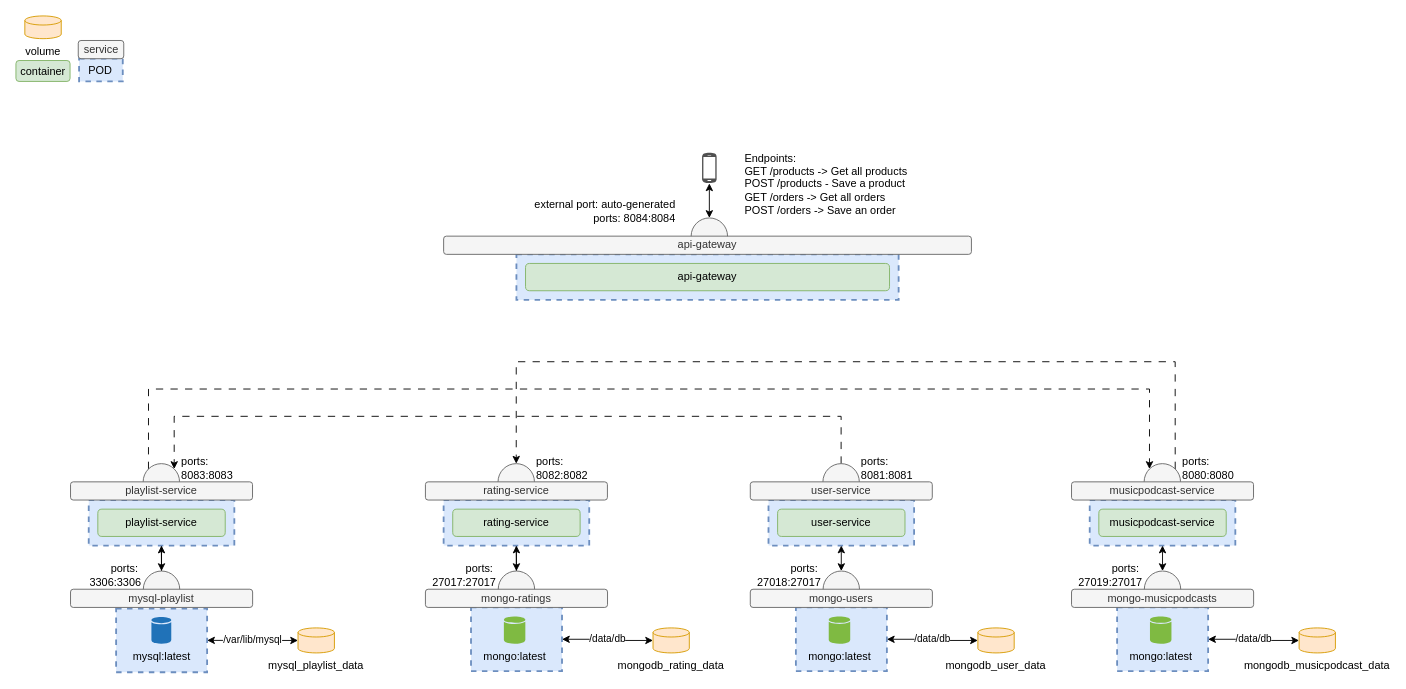
EvaBurghoorn/ProjectEDE_muziekservice keeps this draw.io diagram as muziekservice.drawio. Above is the earlier version. Source tidied: cells renumbered, new cells numbered last; positions are measured from the earlier drawing's top-left corner, leaving out a move shared by most shapes. Both pictures are drawn from the tidied source at 91%, with x=0, y=0 at pixel (15, 15).
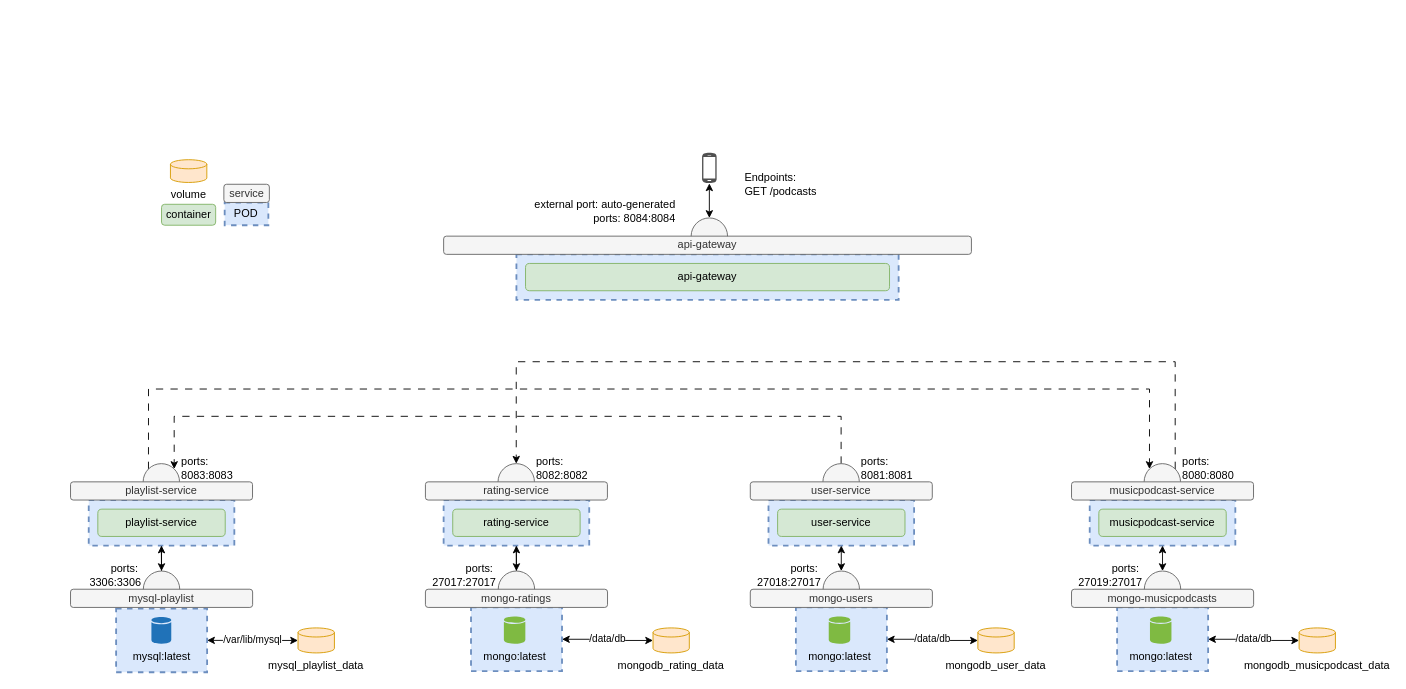
The same diagram, later.

Change to the diagram source:
```diff
@@
     <mxCell id="59" value="POD" style="rounded=0;whiteSpace=wrap;html=1;strokeColor=#6c8ebf;dashed=1;fillColor=#dae8fc;strokeWidth=2;" parent="1" vertex="1">
-      <mxGeometry x="69.4" y="47" width="48" height="25" as="geometry" />
+      <mxGeometry x="229.4" y="205" width="48" height="25" as="geometry" />
     </mxCell>
     <mxCell id="60" value="service" style="rounded=1;whiteSpace=wrap;html=1;fillColor=#f5f5f5;strokeColor=#666666;fontColor=#333333;" parent="1" vertex="1">
-      <mxGeometry x="68.5" y="27" width="50" height="20" as="geometry" />
+      <mxGeometry x="228.5" y="185" width="50" height="20" as="geometry" />
     </mxCell>
     <mxCell id="61" value="container" style="rounded=1;whiteSpace=wrap;html=1;fillColor=#d5e8d4;strokeColor=#82b366;" parent="1" vertex="1">
-      <mxGeometry y="49" width="59.5" height="23" as="geometry" />
+      <mxGeometry x="160" y="207" width="59.5" height="23" as="geometry" />
     </mxCell>
     <mxCell id="62" value="volume" style="shape=cylinder3;whiteSpace=wrap;html=1;boundedLbl=1;backgroundOutline=1;size=5;verticalAlign=top;labelPosition=center;verticalLabelPosition=bottom;align=center;fillColor=#ffe6cc;strokeColor=#d79b00;" parent="1" vertex="1">
-      <mxGeometry x="9.8" width="40" height="25" as="geometry" />
+      <mxGeometry x="169.8" y="158" width="40" height="25" as="geometry" />
     </mxCell>
@@
-    <mxCell id="70" value="Endpoints:&lt;br&gt;GET /products -&amp;gt; Get all products&lt;br&gt;POST /products - Save a product&lt;br&gt;GET /orders -&amp;gt; Get all orders&lt;br&gt;POST /orders -&amp;gt; Save an order" style="text;html=1;strokeColor=none;fillColor=none;align=left;verticalAlign=middle;whiteSpace=wrap;rounded=0;" parent="1" vertex="1">
+    <mxCell id="70" value="Endpoints:&lt;br&gt;GET /podcasts" style="text;html=1;strokeColor=none;fillColor=none;align=left;verticalAlign=middle;whiteSpace=wrap;rounded=0;" parent="1" vertex="1">
       <mxGeometry x="798.5" y="140" width="240" height="90" as="geometry" />
     </mxCell>
```
